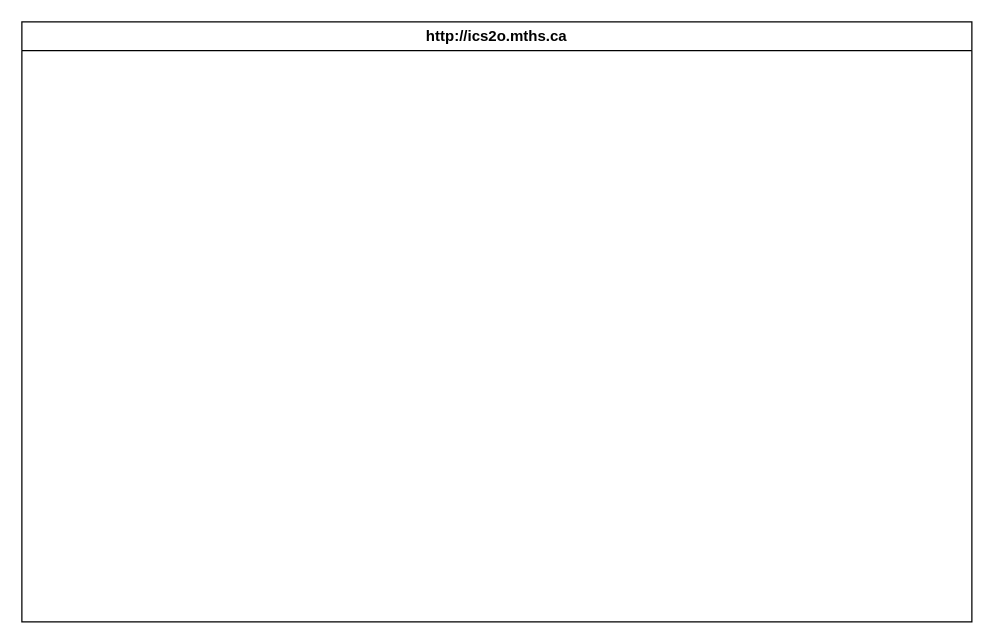
MTHS-ICD2O-1-2023/ICD2O-Unit-5-05-tymofii-stepanov keeps this draw.io diagram as design/storyboard.drawio. Above is the earlier version. Source tidied: cells renumbered, new cells numbered last; positions are measured from the earlier drawing's top-left corner, leaving out a move shared by most shapes. Both pictures are drawn from the tidied source at 125%, with x=0, y=0 at pixel (21, 21).
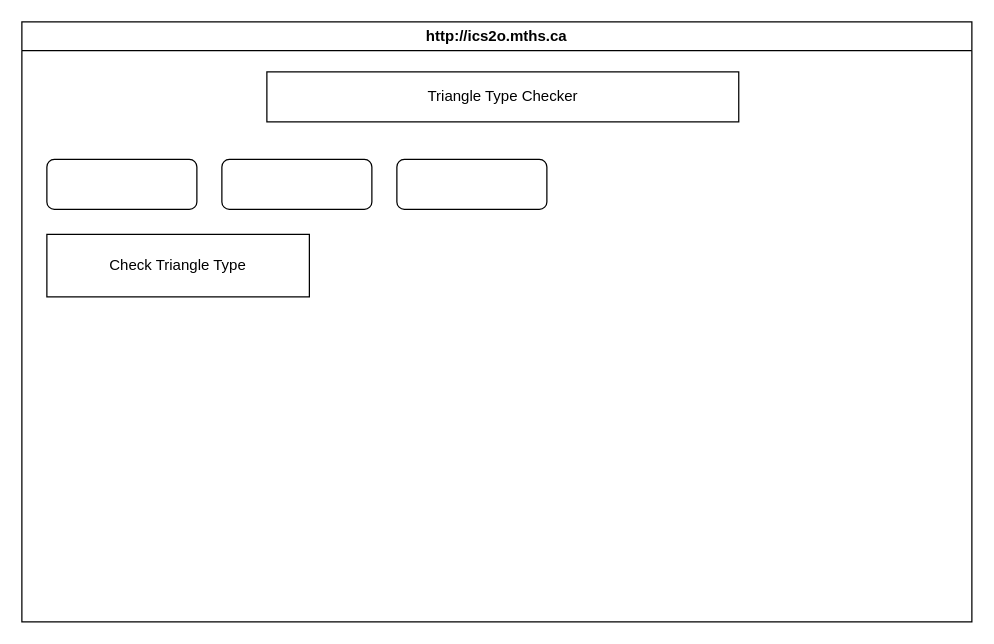
The same page after the edit.

Diff of the diagram source:
```diff
@@
 <mxGraphModel>
   <root>
     <mxCell id="0" />
     <mxCell id="1" parent="0" />
     <mxCell id="2" value="http://ics2o.mths.ca" style="swimlane;whiteSpace=wrap;html=1;" parent="1" vertex="1">
       <mxGeometry width="760" height="480" as="geometry" />
     </mxCell>
+    <mxCell id="3" value="Triangle Type Checker" style="rounded=0;whiteSpace=wrap;html=1;" parent="2" vertex="1">
+      <mxGeometry x="196" y="40" width="377.5" height="40" as="geometry" />
+    </mxCell>
+    <mxCell id="4" style="rounded=1;whiteSpace=wrap;html=1;" parent="2" vertex="1">
+      <mxGeometry x="20" y="110" width="120" height="40" as="geometry" />
+    </mxCell>
+    <mxCell id="5" style="rounded=1;whiteSpace=wrap;html=1;" parent="2" vertex="1">
+      <mxGeometry x="160" y="110" width="120" height="40" as="geometry" />
+    </mxCell>
+    <mxCell id="6" style="rounded=1;whiteSpace=wrap;html=1;" parent="2" vertex="1">
+      <mxGeometry x="300" y="110" width="120" height="40" as="geometry" />
+    </mxCell>
+    <mxCell id="7" value="Check Triangle Type" style="rounded=0;whiteSpace=wrap;html=1;" parent="2" vertex="1">
+      <mxGeometry x="20" y="170" width="210" height="50" as="geometry" />
+    </mxCell>
   </root>
 </mxGraphModel>
```
